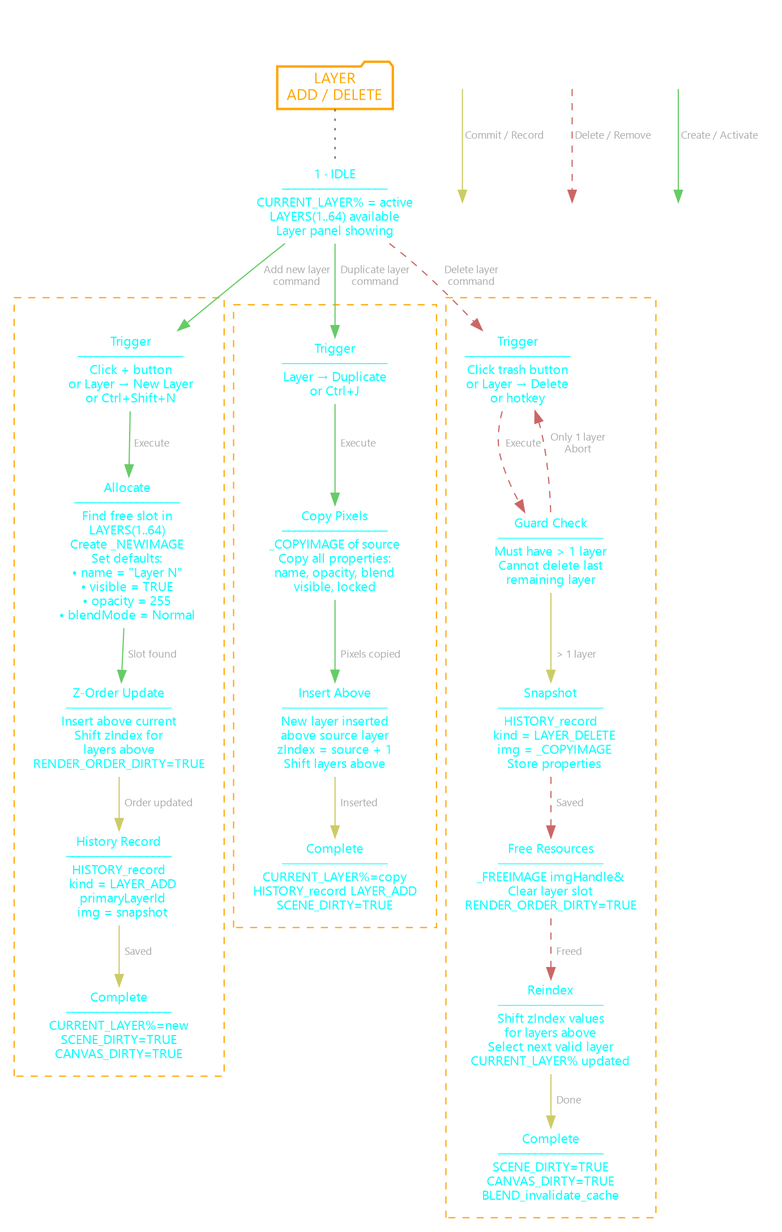
This is PLANS/diagrams/LAYER-OPS/LAYER-ADD-DELETE-STATES.png from grymmjack/DRAW, a Graphviz export, as it was before one commit. Its source is kept beside it as PLANS/diagrams/LAYER-OPS/LAYER-ADD-DELETE-STATES.DOT.
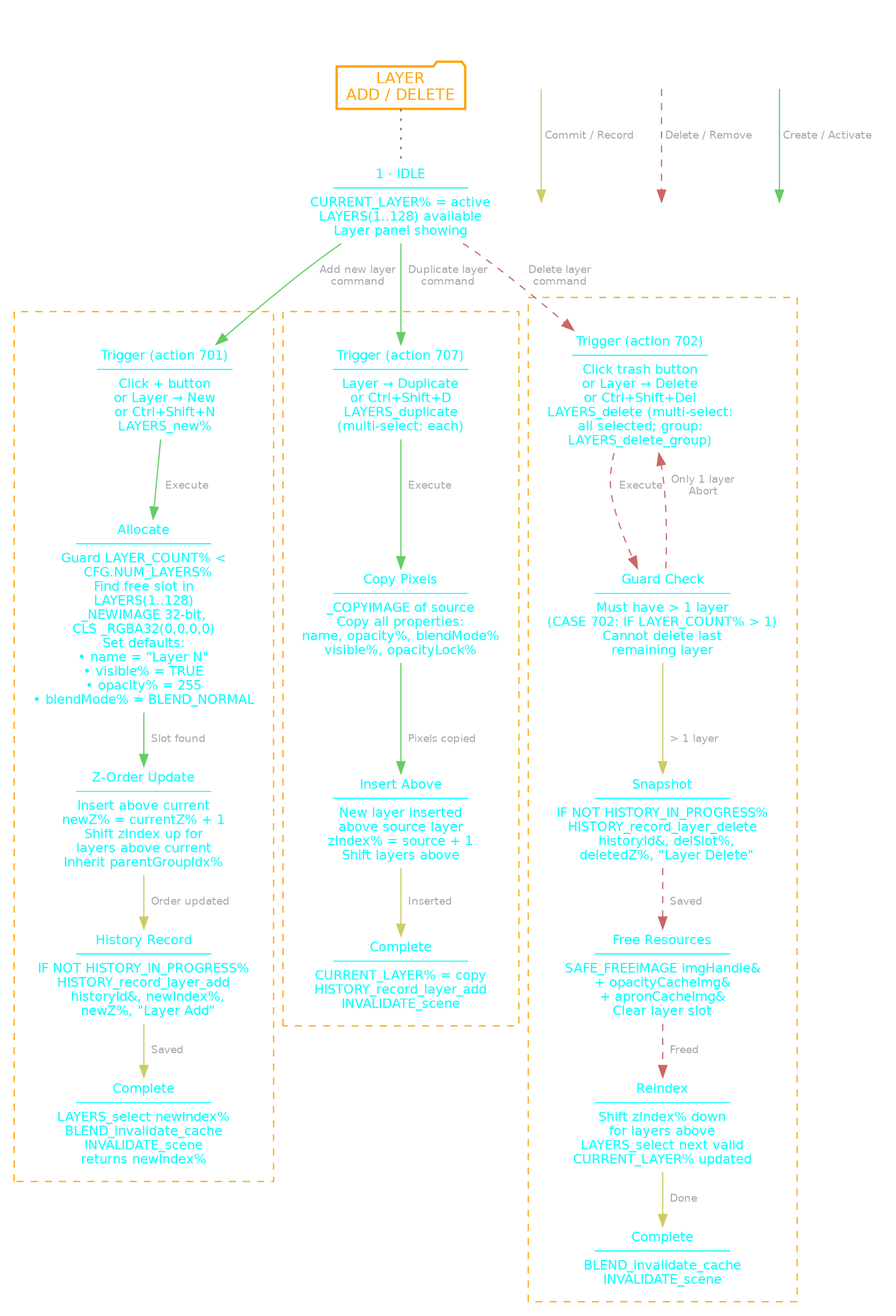
Later version of the same file.

The edit, as a diff of the source:
```diff
@@ -17,7 +17,7 @@
         MAIN [label="LAYER\nADD / DELETE"];
     }
 
-    S_IDLE [label="1 · IDLE\n─────────────────\nCURRENT_LAYER% = active\nLAYERS(1..64) available\nLayer panel showing"];
+    S_IDLE [label="1 · IDLE\n─────────────────\nCURRENT_LAYER% = active\nLAYERS(1..128) available\nLayer panel showing"];
 
     MAIN -> S_IDLE [arrowhead=none color="#555555" style=dotted];
     { rank=min; MAIN }
@@ -27,11 +27,11 @@
         fontcolor=white fontsize=11.0 fontname="Cascadia Code PL"
         color=orange style=dashed penwidth=1
 
-        ADD_TRIGGER [label="Trigger\n─────────────────\nClick + button\nor Layer → New Layer\nor Ctrl+Shift+N"];
-        ADD_ALLOC [label="Allocate\n─────────────────\nFind free slot in\nLAYERS(1..64)\nCreate _NEWIMAGE\nSet defaults:\n• name = \"Layer N\"\n• visible = TRUE\n• opacity = 255\n• blendMode = Normal"];
-        ADD_REORDER [label="Z-Order Update\n─────────────────\nInsert above current\nShift zIndex for\nlayers above\nRENDER_ORDER_DIRTY=TRUE"];
-        ADD_HISTORY [label="History Record\n─────────────────\nHISTORY_record\n  kind = LAYER_ADD\n  primaryLayerId\n  img = snapshot"];
-        ADD_DONE [label="Complete\n─────────────────\nCURRENT_LAYER%=new\nSCENE_DIRTY=TRUE\nCANVAS_DIRTY=TRUE"];
+        ADD_TRIGGER [label="Trigger (action 701)\n─────────────────\nClick + button\nor Layer → New\nor Ctrl+Shift+N\nLAYERS_new%"];
+        ADD_ALLOC [label="Allocate\n─────────────────\nGuard LAYER_COUNT% <\n  CFG.NUM_LAYERS%\nFind free slot in\nLAYERS(1..128)\n_NEWIMAGE 32-bit,\nCLS _RGBA32(0,0,0,0)\nSet defaults:\n• name = \"Layer N\"\n• visible% = TRUE\n• opacity% = 255\n• blendMode% = BLEND_NORMAL"];
+        ADD_REORDER [label="Z-Order Update\n─────────────────\nInsert above current\nnewZ% = currentZ% + 1\nShift zIndex up for\nlayers above current\nInherit parentGroupIdx%"];
+        ADD_HISTORY [label="History Record\n─────────────────\nIF NOT HISTORY_IN_PROGRESS%\nHISTORY_record_layer_add\n  historyId&, newIndex%,\n  newZ%, \"Layer Add\""];
+        ADD_DONE [label="Complete\n─────────────────\nLAYERS_select newIndex%\nBLEND_invalidate_cache\nINVALIDATE_scene\nreturns newIndex%"];
 
         ADD_TRIGGER -> ADD_ALLOC [label="  Execute" color="#66cc66"];
         ADD_ALLOC -> ADD_REORDER [label="  Slot found" color="#66cc66"];
@@ -44,10 +44,10 @@
         fontcolor=white fontsize=11.0 fontname="Cascadia Code PL"
         color=orange style=dashed penwidth=1
 
-        DUP_TRIGGER [label="Trigger\n─────────────────\nLayer → Duplicate\nor Ctrl+J"];
-        DUP_COPY [label="Copy Pixels\n─────────────────\n_COPYIMAGE of source\nCopy all properties:\nname, opacity, blend\nvisible, locked"];
-        DUP_INSERT [label="Insert Above\n─────────────────\nNew layer inserted\nabove source layer\nzIndex = source + 1\nShift layers above"];
-        DUP_DONE [label="Complete\n─────────────────\nCURRENT_LAYER%=copy\nHISTORY_record LAYER_ADD\nSCENE_DIRTY=TRUE"];
+        DUP_TRIGGER [label="Trigger (action 707)\n─────────────────\nLayer → Duplicate\nor Ctrl+Shift+D\nLAYERS_duplicate\n(multi-select: each)"];
+        DUP_COPY [label="Copy Pixels\n─────────────────\n_COPYIMAGE of source\nCopy all properties:\nname, opacity%, blendMode%\nvisible%, opacityLock%"];
+        DUP_INSERT [label="Insert Above\n─────────────────\nNew layer inserted\nabove source layer\nzIndex% = source + 1\nShift layers above"];
+        DUP_DONE [label="Complete\n─────────────────\nCURRENT_LAYER% = copy\nHISTORY_record_layer_add\nINVALIDATE_scene"];
 
         DUP_TRIGGER -> DUP_COPY [label="  Execute" color="#66cc66"];
         DUP_COPY -> DUP_INSERT [label="  Pixels copied" color="#66cc66"];
@@ -59,12 +59,12 @@
         fontcolor=white fontsize=11.0 fontname="Cascadia Code PL"
         color=orange style=dashed penwidth=1
 
-        DEL_TRIGGER [label="Trigger\n─────────────────\nClick trash button\nor Layer → Delete\nor hotkey"];
-        DEL_CHECK [label="Guard Check\n─────────────────\nMust have > 1 layer\nCannot delete last\nremaining layer"];
-        DEL_SNAPSHOT [label="Snapshot\n─────────────────\nHISTORY_record\n  kind = LAYER_DELETE\n  img = _COPYIMAGE\n  Store properties"];
-        DEL_FREE [label="Free Resources\n─────────────────\n_FREEIMAGE imgHandle&\nClear layer slot\nRENDER_ORDER_DIRTY=TRUE"];
-        DEL_REINDEX [label="Reindex\n─────────────────\nShift zIndex values\nfor layers above\nSelect next valid layer\nCURRENT_LAYER% updated"];
-        DEL_DONE [label="Complete\n─────────────────\nSCENE_DIRTY=TRUE\nCANVAS_DIRTY=TRUE\nBLEND_invalidate_cache"];
+        DEL_TRIGGER [label="Trigger (action 702)\n─────────────────\nClick trash button\nor Layer → Delete\nor Ctrl+Shift+Del\nLAYERS_delete (multi-select:\nall selected; group:\nLAYERS_delete_group)"];
+        DEL_CHECK [label="Guard Check\n─────────────────\nMust have > 1 layer\n(CASE 702: IF LAYER_COUNT% > 1)\nCannot delete last\nremaining layer"];
+        DEL_SNAPSHOT [label="Snapshot\n─────────────────\nIF NOT HISTORY_IN_PROGRESS%\nHISTORY_record_layer_delete\n  historyId&, delSlot%,\n  deletedZ%, \"Layer Delete\""];
+        DEL_FREE [label="Free Resources\n─────────────────\nSAFE_FREEIMAGE imgHandle&\n+ opacityCacheImg&\n+ apronCacheImg&\nClear layer slot"];
+        DEL_REINDEX [label="Reindex\n─────────────────\nShift zIndex% down\nfor layers above\nLAYERS_select next valid\nCURRENT_LAYER% updated"];
+        DEL_DONE [label="Complete\n─────────────────\nBLEND_invalidate_cache\nINVALIDATE_scene"];
 
         DEL_TRIGGER -> DEL_CHECK [label="  Execute" color="#cc6666" style=dashed];
         DEL_CHECK -> DEL_SNAPSHOT [label="  > 1 layer" color="#cccc66"];
```
